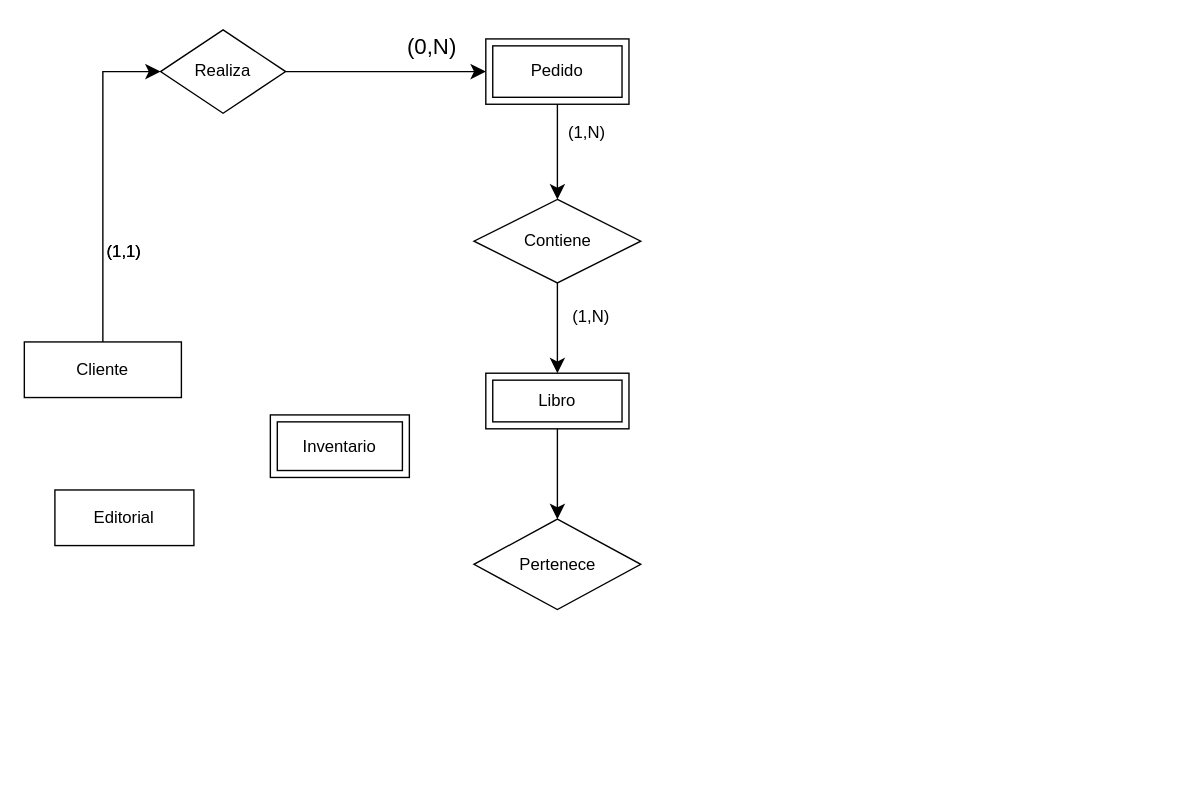
Above: Diagrama sin título.drawio in Eve113/Desafios-Data-Science (draw.io), before the change. Source tidied: cells renumbered, new cells numbered last; positions are measured from the earlier drawing's top-left corner, leaving out a move shared by most shapes. Both pictures are drawn from the tidied source at 139%, with x=0, y=0 at pixel (24, 24).
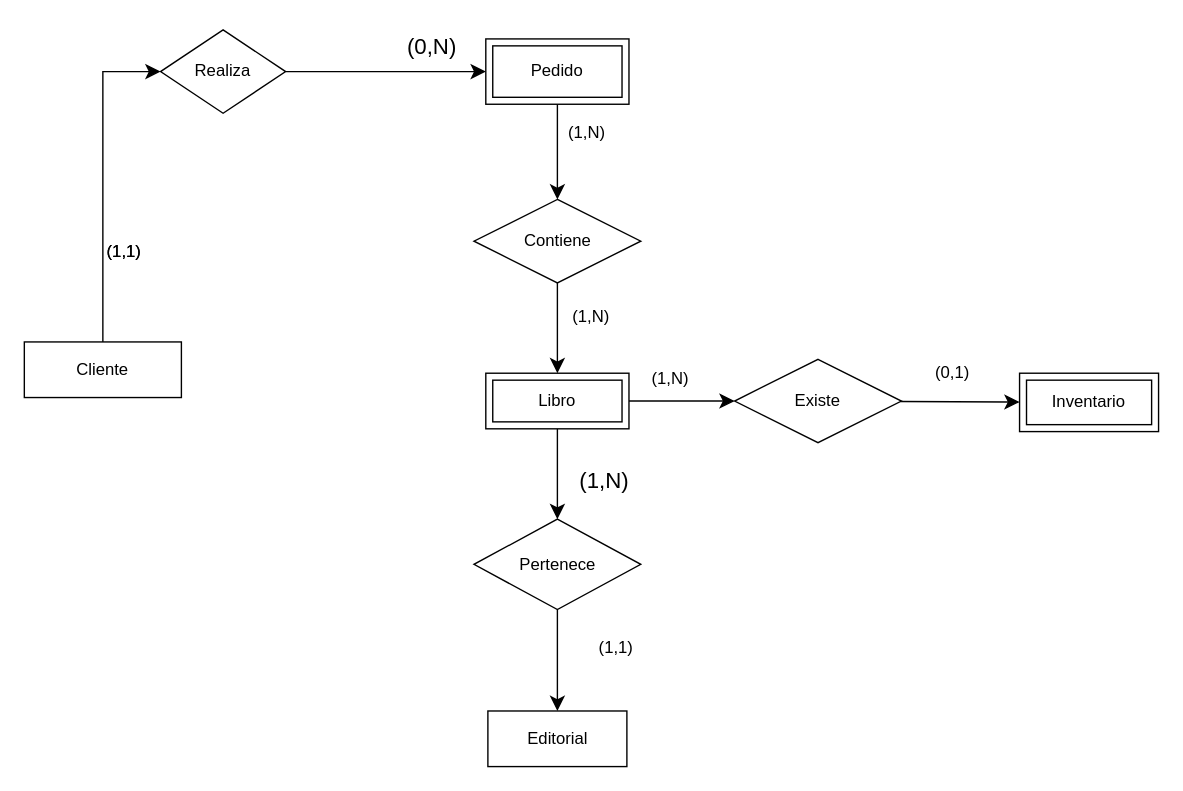
The same page after the edit.

The change refers to these unchanged cells:
```xml
<mxCell id="8" value="Libro" style="shape=ext;margin=3;double=1;whiteSpace=wrap;html=1;align=center;" parent="1" vertex="1">
  <mxGeometry x="332" y="251" width="103" height="40" as="geometry" />
</mxCell>
<mxCell id="19" value="Pertenece" style="shape=rhombus;perimeter=rhombusPerimeter;whiteSpace=wrap;html=1;align=center;" parent="1" vertex="1">
  <mxGeometry x="323.5" y="356" width="120" height="65" as="geometry" />
</mxCell>
```

The edit, as a diff of the source:
```diff
@@
     <mxCell id="6" value="Editorial" style="whiteSpace=wrap;html=1;align=center;" parent="1" vertex="1">
-      <mxGeometry x="22" y="335" width="100" height="40" as="geometry" />
+      <mxGeometry x="333.5" y="494" width="100" height="40" as="geometry" />
     </mxCell>
@@
+    <mxCell id="20" style="edgeStyle=none;curved=1;rounded=0;jettySize=auto;html=1;fontSize=12;startSize=8;endSize=8;" parent="1" edge="1" source="8" target="25">
+      <mxGeometry relative="1" as="geometry" />
+    </mxCell>
@@
     <mxCell id="9" value="Inventario" style="shape=ext;margin=3;double=1;whiteSpace=wrap;html=1;align=center;" parent="1" vertex="1">
-      <mxGeometry x="177" y="281" width="100" height="45" as="geometry" />
+      <mxGeometry x="716" y="251" width="100" height="42" as="geometry" />
     </mxCell>
@@
+    <mxCell id="21" style="edgeStyle=none;curved=1;rounded=0;jettySize=auto;html=1;fontSize=12;startSize=8;endSize=8;" parent="1" edge="1" source="19" target="6">
+      <mxGeometry relative="1" as="geometry" />
+    </mxCell>
@@
+    <mxCell id="22" value="(1,N)" style="text;html=1;align=center;verticalAlign=middle;strokeColor=none;fillColor=none;fontSize=16;" parent="1" vertex="1">
+      <mxGeometry x="390.5" y="312" width="53" height="31" as="geometry" />
+    </mxCell>
+    <mxCell id="23" value="(1,1)" style="text;html=1;align=center;verticalAlign=middle;whiteSpace=wrap;rounded=0;" parent="1" vertex="1">
+      <mxGeometry x="396" y="429" width="60" height="40" as="geometry" />
+    </mxCell>
+    <mxCell id="24" style="edgeStyle=none;curved=1;rounded=0;jettySize=auto;html=1;fontSize=12;startSize=8;endSize=8;" parent="1" edge="1" source="25" target="9">
+      <mxGeometry relative="1" as="geometry" />
+    </mxCell>
+    <mxCell id="25" value="Existe" style="shape=rhombus;perimeter=rhombusPerimeter;whiteSpace=wrap;html=1;align=center;" parent="1" vertex="1">
+      <mxGeometry x="511" y="241" width="120" height="60" as="geometry" />
+    </mxCell>
+    <mxCell id="26" value="(1,N)" style="text;html=1;align=center;verticalAlign=middle;whiteSpace=wrap;rounded=0;" parent="1" vertex="1">
+      <mxGeometry x="435" y="235" width="60" height="40" as="geometry" />
+    </mxCell>
+    <mxCell id="27" value="(0,1)" style="text;html=1;align=center;verticalAlign=middle;whiteSpace=wrap;rounded=0;" parent="1" vertex="1">
+      <mxGeometry x="638" y="231" width="60" height="40" as="geometry" />
+    </mxCell>
```
